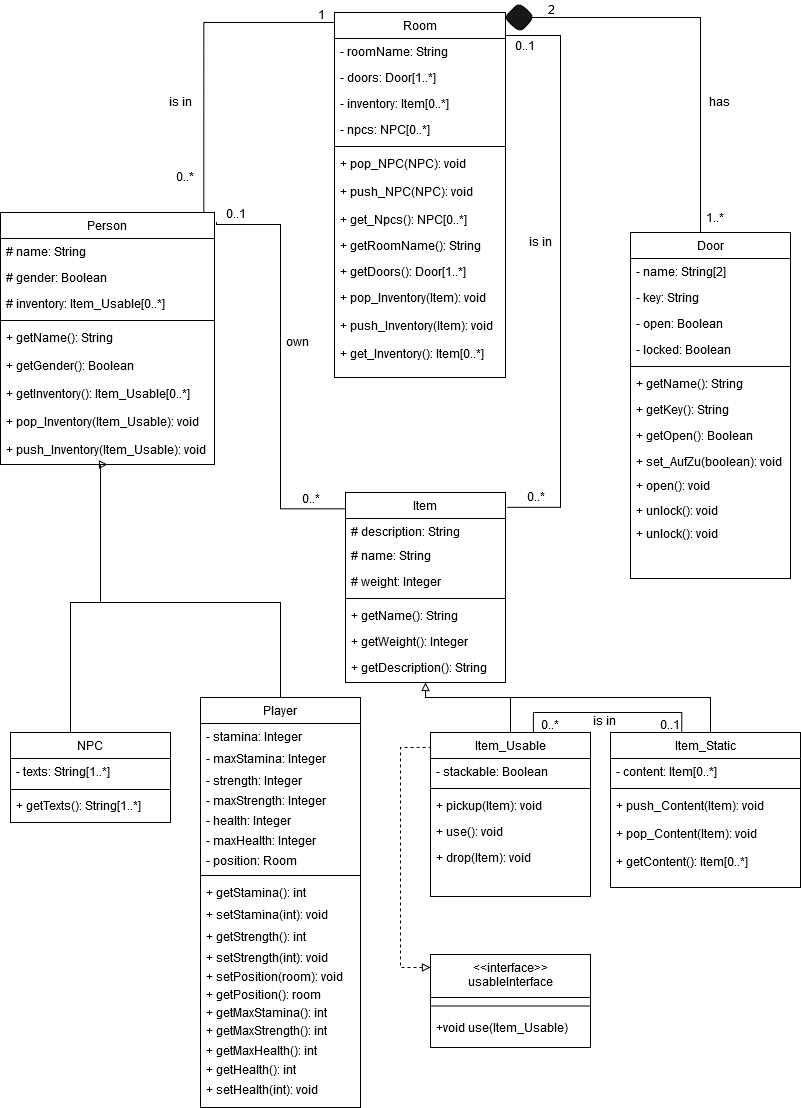
This is Klassendiagram.png from Elegond/AE-Text-Adventure, a draw.io export, as it was before one commit. Source tidied: cells renumbered, new cells last; positions are measured from the earlier drawing's top-left corner, leaving out a move shared by most shapes.
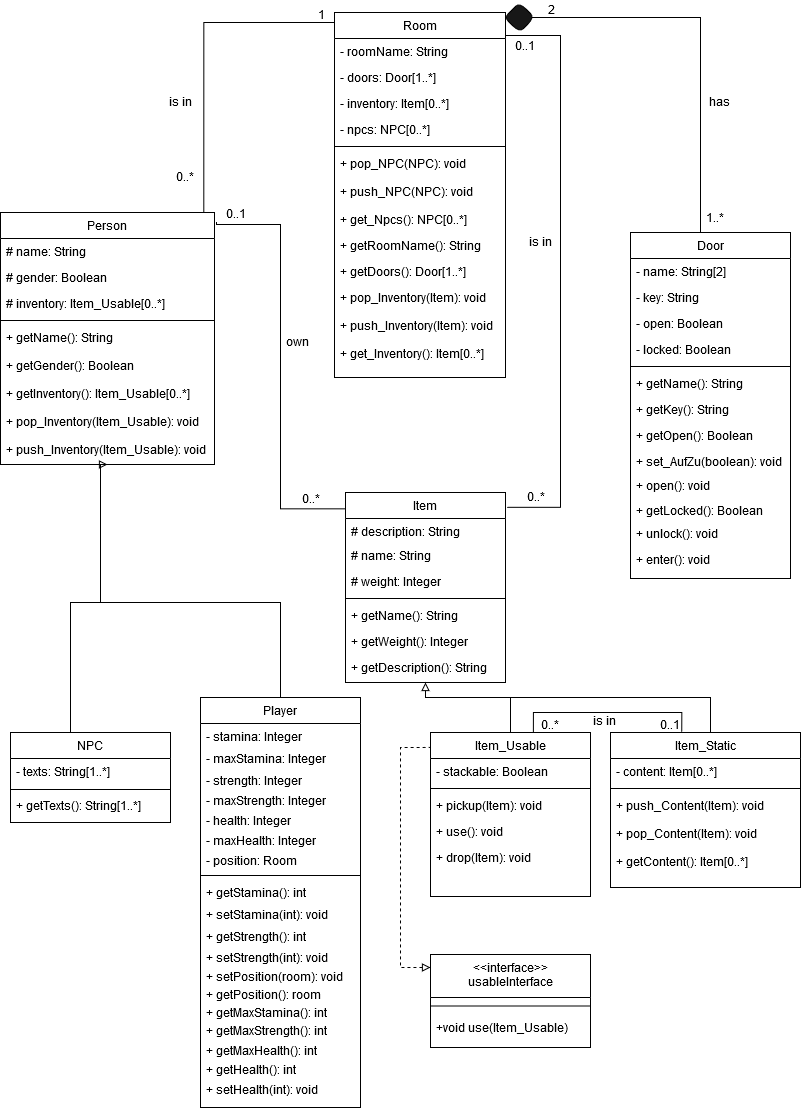
The same file after the commit.

Diff of the diagram source:
```diff
@@ -217,7 +217,7 @@
     <mxCell id="62" value="+ open(): void" style="text;align=left;verticalAlign=top;spacingLeft=4;spacingRight=4;overflow=hidden;" parent="52" vertex="1">
       <mxGeometry y="240" width="160" height="25" as="geometry" />
     </mxCell>
-    <mxCell id="63" value="+ unlock(): void" style="text;align=left;verticalAlign=top;spacingLeft=4;spacingRight=4;overflow=hidden;" parent="52" vertex="1">
+    <mxCell id="63" value="+ getLocked(): Boolean" style="text;align=left;verticalAlign=top;spacingLeft=4;spacingRight=4;overflow=hidden;" parent="52" vertex="1">
       <mxGeometry y="265" width="160" height="32" as="geometry" />
     </mxCell>
     <mxCell id="64" value="0..1" style="text;html=1;strokeColor=none;fillColor=none;align=center;verticalAlign=middle;whiteSpace=wrap;rounded=0;" parent="1" vertex="1">
@@ -386,5 +386,8 @@
     <mxCell id="111" value="+ unlock(): void" style="text;align=left;verticalAlign=top;spacingLeft=4;spacingRight=4;overflow=hidden;" parent="1" vertex="1">
       <mxGeometry x="630" y="520" width="160" height="26" as="geometry" />
     </mxCell>
+    <mxCell id="112" value="+ enter(): void" style="text;align=left;verticalAlign=top;spacingLeft=4;spacingRight=4;overflow=hidden;" parent="1" vertex="1">
+      <mxGeometry x="630" y="546" width="160" height="26" as="geometry" />
+    </mxCell>
   </root>
 </mxGraphModel>
```
